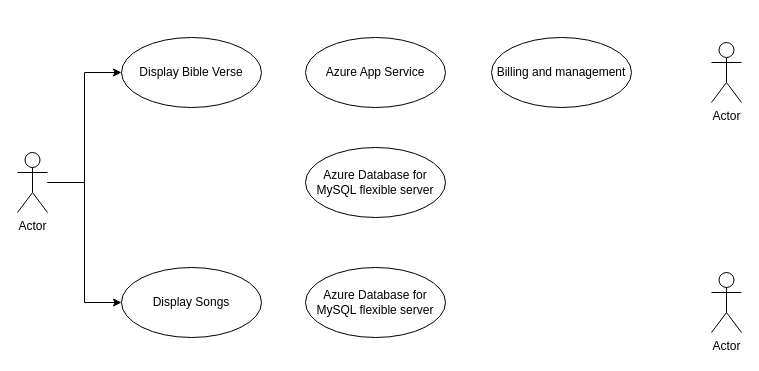
Earlier version of the draw.io diagram Untitled Diagram.drawio (chrispaul07/Sac-3.0-prototype). Source tidied: cells renumbered, new cells numbered last; positions are measured from the earlier drawing's top-left corner, leaving out a move shared by most shapes. Both pictures are drawn from the tidied source at 100%, with x=0, y=0 at pixel (17, 37).
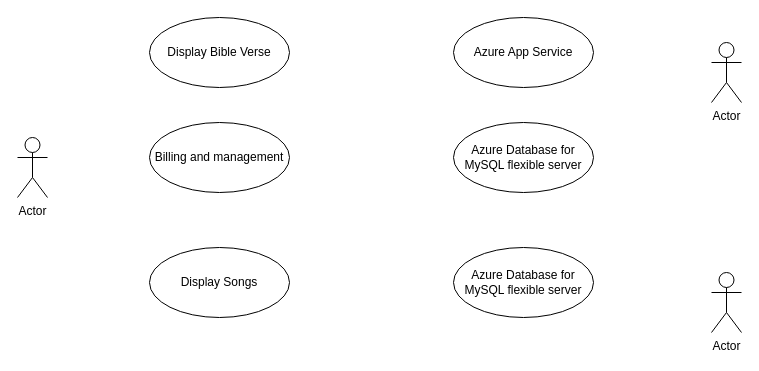
After the change.

Diff of the diagram source:
```diff
@@
 <mxGraphModel>
   <root>
     <mxCell id="0" />
     <mxCell id="1" parent="0" />
-    <mxCell id="2" style="edgeStyle=orthogonalEdgeStyle;rounded=0;jettySize=auto;html=1;entryX=0;entryY=0.5;entryDx=0;entryDy=0;" parent="1" edge="1" source="4" target="5">
-      <mxGeometry relative="1" as="geometry" />
-    </mxCell>
-    <mxCell id="3" style="edgeStyle=orthogonalEdgeStyle;rounded=0;jettySize=auto;html=1;entryX=0;entryY=0.5;entryDx=0;entryDy=0;" parent="1" edge="1" source="4" target="6">
-      <mxGeometry relative="1" as="geometry" />
-    </mxCell>
     <mxCell id="4" value="Actor" style="shape=umlActor;verticalLabelPosition=bottom;verticalAlign=top;html=1;" parent="1" vertex="1">
-      <mxGeometry y="115" width="30" height="60" as="geometry" />
+      <mxGeometry y="100" width="30" height="60" as="geometry" />
     </mxCell>
     <mxCell id="5" value="Display Bible Verse" style="ellipse;whiteSpace=wrap;html=1;" parent="1" vertex="1">
-      <mxGeometry x="104" width="140" height="70" as="geometry" />
+      <mxGeometry x="132" y="-20" width="140" height="70" as="geometry" />
     </mxCell>
     <mxCell id="6" value="Display Songs" style="ellipse;whiteSpace=wrap;html=1;" parent="1" vertex="1">
-      <mxGeometry x="104" y="230" width="140" height="70" as="geometry" />
+      <mxGeometry x="132" y="210" width="140" height="70" as="geometry" />
     </mxCell>
     <mxCell id="7" value="Azure Database for MySQL flexible server" style="ellipse;whiteSpace=wrap;html=1;" parent="1" vertex="1">
-      <mxGeometry x="288" y="110" width="140" height="70" as="geometry" />
+      <mxGeometry x="436" y="85" width="140" height="70" as="geometry" />
     </mxCell>
     <mxCell id="8" value="Azure App Service" style="ellipse;whiteSpace=wrap;html=1;" parent="1" vertex="1">
-      <mxGeometry x="288" width="140" height="70" as="geometry" />
+      <mxGeometry x="436" y="-20" width="140" height="70" as="geometry" />
     </mxCell>
     <mxCell id="9" value="Azure Database for MySQL flexible server" style="ellipse;whiteSpace=wrap;html=1;" parent="1" vertex="1">
-      <mxGeometry x="288" y="230" width="140" height="70" as="geometry" />
+      <mxGeometry x="436" y="210" width="140" height="70" as="geometry" />
     </mxCell>
     <mxCell id="10" value="Billing and management" style="ellipse;whiteSpace=wrap;html=1;" parent="1" vertex="1">
-      <mxGeometry x="474" width="140" height="70" as="geometry" />
+      <mxGeometry x="132" y="85" width="140" height="70" as="geometry" />
     </mxCell>
     <mxCell id="11" value="Actor" style="shape=umlActor;verticalLabelPosition=bottom;verticalAlign=top;html=1;" parent="1" vertex="1">
       <mxGeometry x="694" y="5" width="30" height="60" as="geometry" />
     </mxCell>
     <mxCell id="12" value="Actor" style="shape=umlActor;verticalLabelPosition=bottom;verticalAlign=top;html=1;" parent="1" vertex="1">
       <mxGeometry x="694" y="235" width="30" height="60" as="geometry" />
     </mxCell>
   </root>
 </mxGraphModel>
```
